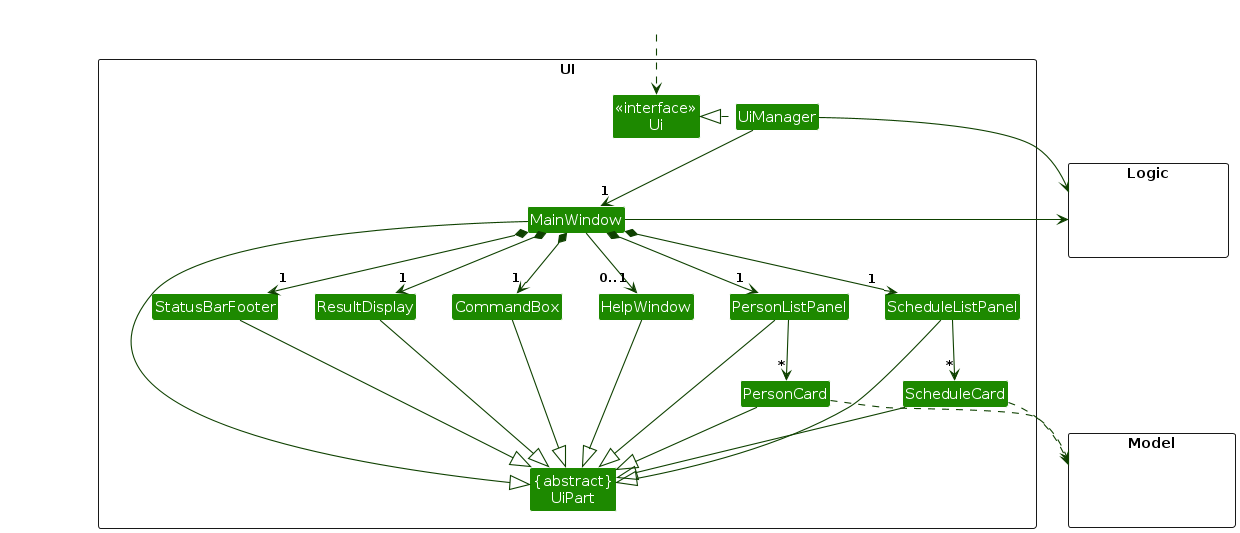
Earlier version of the PlantUML export diagrams/UiClassDiagram.png (AY2324S2-CS2103T-W08-3/tp). Its source is kept beside it as diagrams/UiClassDiagram.puml. The source it was exported from:
```plantuml
@startuml
!include style.puml
skinparam arrowThickness 1.1
skinparam arrowColor UI_COLOR_T4
skinparam classBackgroundColor UI_COLOR

package UI <<Rectangle>>{
Class "<<interface>>\nUi" as Ui
Class "{abstract}\nUiPart" as UiPart
Class UiManager
Class MainWindow
Class HelpWindow
Class ResultDisplay
Class PersonListPanel
Class PersonCard
Class ScheduleListPanel
Class ScheduleCard
Class StatusBarFooter
Class CommandBox
}

package Model <<Rectangle>> {
Class HiddenModel #FFFFFF
}

package Logic <<Rectangle>> {
Class HiddenLogic #FFFFFF
}

Class HiddenOutside #FFFFFF
HiddenOutside ..> Ui

UiManager .left.|> Ui
UiManager -down-> "1" MainWindow
MainWindow *-down->  "1" CommandBox
MainWindow *-down-> "1" ResultDisplay
MainWindow *-down-> "1" PersonListPanel
MainWindow *-down-> "1" ScheduleListPanel
MainWindow *-down-> "1" StatusBarFooter
MainWindow --> "0..1" HelpWindow

PersonListPanel -down-> "*" PersonCard
ScheduleListPanel -down-> "*" ScheduleCard

MainWindow -left-|> UiPart

ResultDisplay --|> UiPart
CommandBox --|> UiPart
PersonListPanel --|> UiPart
PersonCard --|> UiPart
ScheduleListPanel --|> UiPart
ScheduleCard --|> UiPart
StatusBarFooter --|> UiPart
HelpWindow --|> UiPart

PersonCard ..> Model
ScheduleCard ..> Model
UiManager -right-> Logic
MainWindow -left-> Logic

PersonListPanel -[hidden]left- HelpWindow
HelpWindow -[hidden]left- CommandBox
CommandBox -[hidden]left- ResultDisplay
ResultDisplay -[hidden]left- StatusBarFooter

MainWindow -[hidden]-|> UiPart
@enduml
```
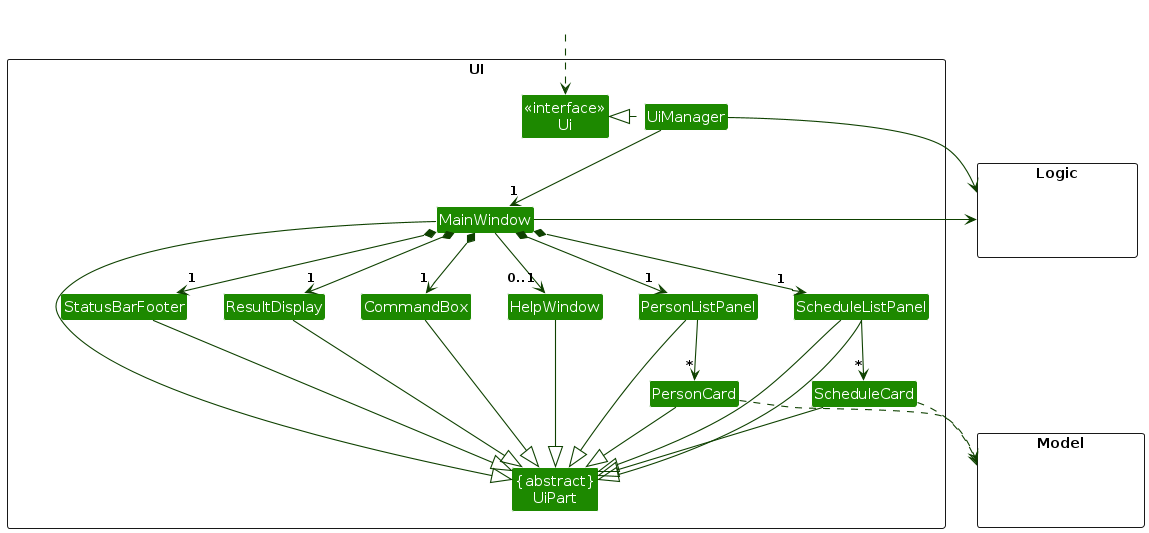
After the change.

Diff of the diagram source:
```diff
@@ -12,6 +12,7 @@
 Class HelpWindow
 Class ResultDisplay
 Class PersonListPanel
+Class ScheduleListPanel
 Class PersonCard
 Class ScheduleListPanel
 Class ScheduleCard
@@ -47,6 +48,7 @@
 ResultDisplay --|> UiPart
 CommandBox --|> UiPart
 PersonListPanel --|> UiPart
+ScheduleListPanel --|> UiPart
 PersonCard --|> UiPart
 ScheduleListPanel --|> UiPart
 ScheduleCard --|> UiPart
```
